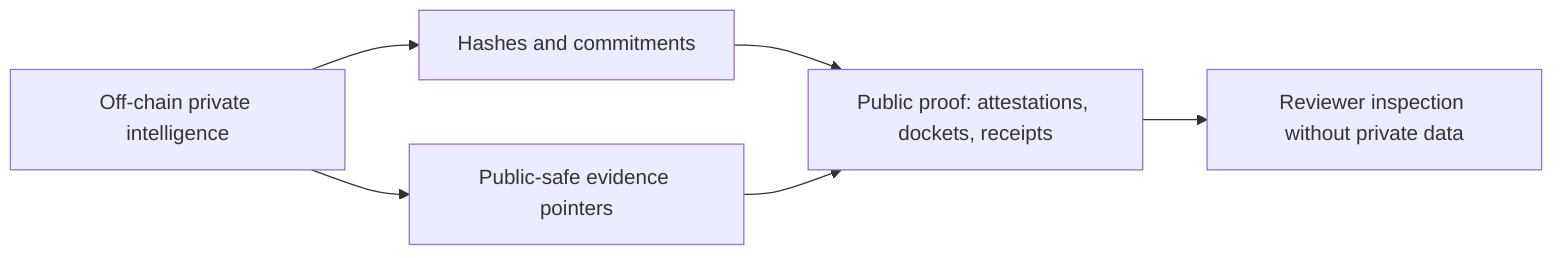
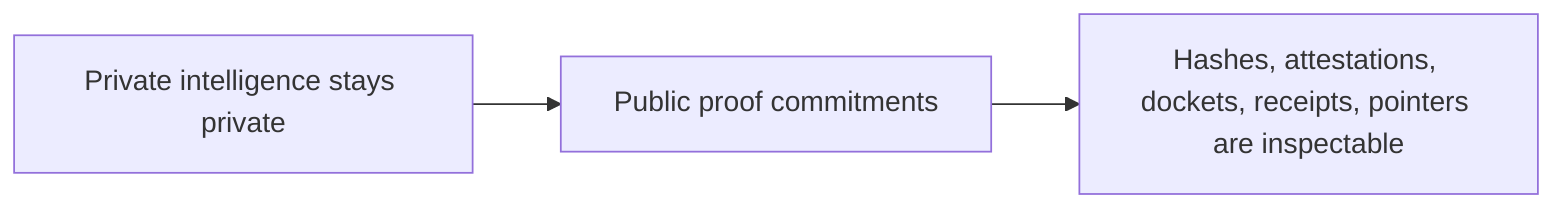
flowchart LR
-   Private["Off-chain private intelligence"] --> Commit["Hashes and commitments"]
-   Private --> Pointers["Public-safe evidence pointers"]
-   Commit --> Public["Public proof: attestations, dockets, receipts"]
-   Pointers --> Public
-   Public --> Review["Reviewer inspection without private data"]
+   Private["Private intelligence stays private"] --> Commitments["Public proof commitments"] --> Inspectable["Hashes, attestations, dockets, receipts, pointers are inspectable"]
